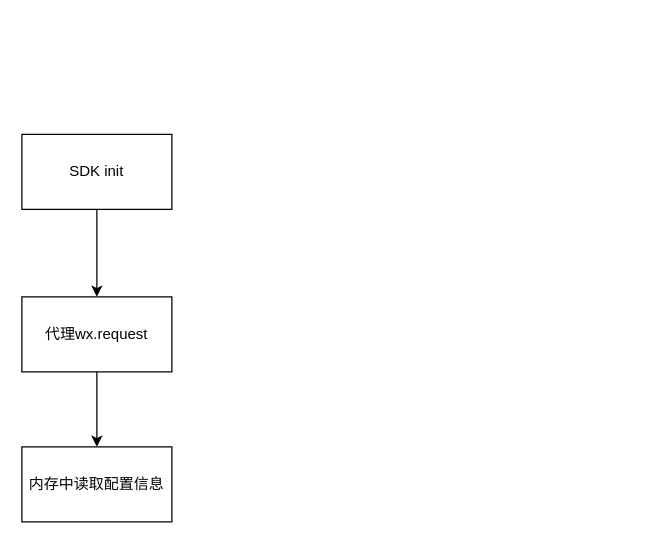
This is cyou/自动采集行为架构图.drawio from EdenStrive/Internship, a draw.io file, before an edit. Source tidied: cells renumbered, new cells numbered last; positions are measured from the earlier drawing's top-left corner, leaving out a move shared by most shapes. Both pictures are drawn from the tidied source at 125%, with x=0, y=0 at pixel (21, 134).
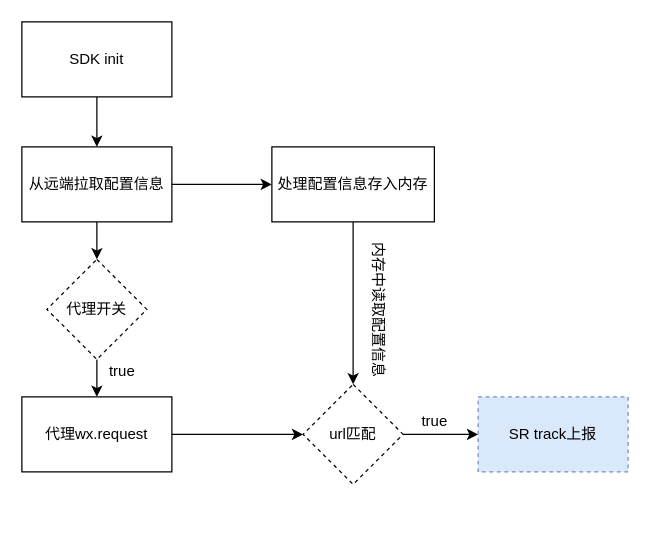
The same page after the edit.

Commit message:
更新自动采集行为架构图.drawio

Diff of the diagram source:
```diff
@@
 <mxGraphModel>
   <root>
     <mxCell id="0" />
     <mxCell id="1" parent="0" />
-    <mxCell id="2" style="edgeStyle=orthogonalEdgeStyle;rounded=0;jettySize=auto;html=1;" parent="1" edge="1" source="3" target="5">
-      <mxGeometry relative="1" as="geometry" />
-    </mxCell>
+    <mxCell id="7" style="edgeStyle=orthogonalEdgeStyle;rounded=0;jettySize=auto;html=1;" parent="1" edge="1" source="3" target="12">
+      <mxGeometry relative="1" as="geometry" />
+    </mxCell>
     <mxCell id="3" value="SDK init" style="rounded=0;whiteSpace=wrap;html=1;" parent="1" vertex="1">
-      <mxGeometry width="120" height="60" as="geometry" />
+      <mxGeometry y="-90" width="120" height="60" as="geometry" />
     </mxCell>
-    <mxCell id="4" style="edgeStyle=orthogonalEdgeStyle;rounded=0;jettySize=auto;html=1;" parent="1" edge="1" source="5" target="6">
-      <mxGeometry relative="1" as="geometry" />
-    </mxCell>
+    <mxCell id="8" style="edgeStyle=orthogonalEdgeStyle;rounded=0;jettySize=auto;html=1;" parent="1" edge="1" source="5" target="17">
+      <mxGeometry relative="1" as="geometry" />
+    </mxCell>
     <mxCell id="5" value="代理wx.request" style="rounded=0;whiteSpace=wrap;html=1;" parent="1" vertex="1">
-      <mxGeometry y="130" width="120" height="60" as="geometry" />
+      <mxGeometry y="210" width="120" height="60" as="geometry" />
     </mxCell>
+    <mxCell id="9" style="edgeStyle=orthogonalEdgeStyle;rounded=0;jettySize=auto;html=1;entryX=0.5;entryY=0;entryDx=0;entryDy=0;" parent="1" edge="1" source="6" target="17">
+      <mxGeometry relative="1" as="geometry" />
+    </mxCell>
-    <mxCell id="6" value="内存中读取配置信息" style="rounded=0;whiteSpace=wrap;html=1;" parent="1" vertex="1">
-      <mxGeometry y="250" width="120" height="60" as="geometry" />
+    <mxCell id="6" value="处理配置信息存入内存" style="rounded=0;whiteSpace=wrap;html=1;" parent="1" vertex="1">
+      <mxGeometry x="200" y="10" width="130" height="60" as="geometry" />
     </mxCell>
+    <mxCell id="10" style="edgeStyle=orthogonalEdgeStyle;rounded=0;jettySize=auto;html=1;" parent="1" edge="1" source="12" target="6">
+      <mxGeometry relative="1" as="geometry" />
+    </mxCell>
+    <mxCell id="11" style="edgeStyle=orthogonalEdgeStyle;rounded=0;jettySize=auto;html=1;entryX=0.5;entryY=0;entryDx=0;entryDy=0;" parent="1" edge="1" source="12" target="14">
+      <mxGeometry relative="1" as="geometry" />
+    </mxCell>
+    <mxCell id="12" value="从远端拉取配置信息" style="rounded=0;whiteSpace=wrap;html=1;" parent="1" vertex="1">
+      <mxGeometry y="10" width="120" height="60" as="geometry" />
+    </mxCell>
+    <mxCell id="13" style="edgeStyle=orthogonalEdgeStyle;rounded=0;jettySize=auto;html=1;" parent="1" edge="1" source="14" target="5">
+      <mxGeometry relative="1" as="geometry" />
+    </mxCell>
+    <mxCell id="14" value="代理开关" style="rhombus;whiteSpace=wrap;html=1;dashed=1;" parent="1" vertex="1">
+      <mxGeometry x="20" y="100" width="80" height="80" as="geometry" />
+    </mxCell>
+    <mxCell id="15" value="true" style="text;html=1;align=center;verticalAlign=middle;strokeColor=none;fillColor=none;" parent="1" vertex="1">
+      <mxGeometry x="60" y="180" width="40" height="20" as="geometry" />
+    </mxCell>
+    <mxCell id="16" style="edgeStyle=orthogonalEdgeStyle;rounded=0;jettySize=auto;html=1;" parent="1" edge="1" source="17" target="18">
+      <mxGeometry relative="1" as="geometry" />
+    </mxCell>
+    <mxCell id="17" value="url匹配" style="rhombus;whiteSpace=wrap;html=1;rounded=0;dashed=1;" parent="1" vertex="1">
+      <mxGeometry x="225" y="200" width="80" height="80" as="geometry" />
+    </mxCell>
+    <mxCell id="18" value="SR track上报" style="whiteSpace=wrap;html=1;rounded=0;dashed=1;fillColor=#dae8fc;strokeColor=#6c8ebf;" parent="1" vertex="1">
+      <mxGeometry x="365" y="210" width="120" height="60" as="geometry" />
+    </mxCell>
+    <mxCell id="19" value="true" style="text;html=1;align=center;verticalAlign=middle;strokeColor=none;fillColor=none;" parent="1" vertex="1">
+      <mxGeometry x="310" y="220" width="40" height="20" as="geometry" />
+    </mxCell>
+    <mxCell id="20" value="内存中读取配置信息" style="text;html=1;align=center;verticalAlign=middle;strokeColor=none;fillColor=none;rotation=90;" parent="1" vertex="1">
+      <mxGeometry x="225" y="130" width="120" height="20" as="geometry" />
+    </mxCell>
   </root>
 </mxGraphModel>
```
